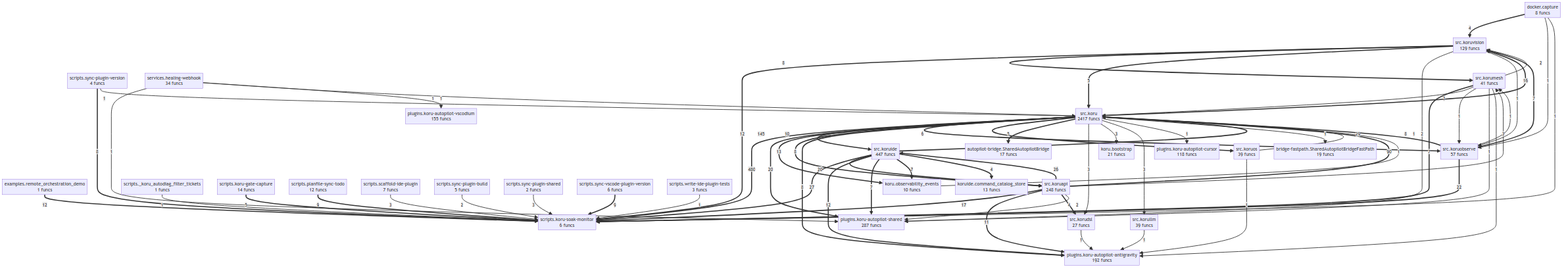
Earlier version of the Mermaid export project/compact_flow.png (semcod/koru). Its source is kept beside it as project/compact_flow.mmd.
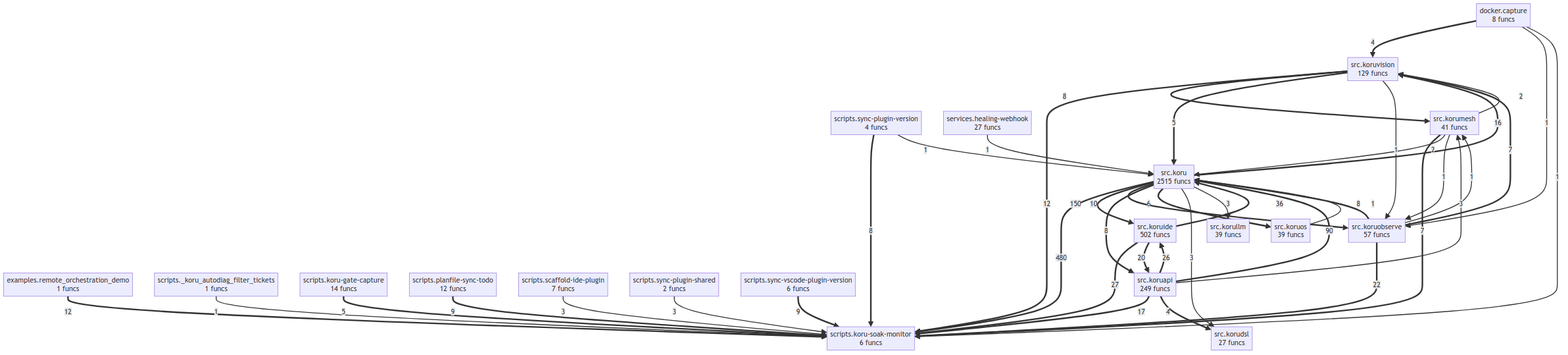
After the commit.

Change to the diagram source:
```diff
@@ -1,98 +1,63 @@
 flowchart TD
-    autopilot_bridge__SharedAutopilotBridge["autopilot-bridge.SharedAutopilotBridge<br/>17 funcs"]
-    bridge_fastpath__SharedAutopilotBridgeFastPath["bridge-fastpath.SharedAutopilotBridgeFastPath<br/>19 funcs"]
     docker__capture["docker.capture<br/>8 funcs"]
     examples__remote_orchestration_demo["examples.remote_orchestration_demo<br/>1 funcs"]
-    koru__bootstrap["koru.bootstrap<br/>21 funcs"]
-    koru__observability_events["koru.observability_events<br/>10 funcs"]
-    koruide__command_catalog_store["koruide.command_catalog_store<br/>13 funcs"]
-    plugins__koru_autopilot_antigravity["plugins.koru-autopilot-antigravity<br/>192 funcs"]
-    plugins__koru_autopilot_cursor["plugins.koru-autopilot-cursor<br/>118 funcs"]
-    plugins__koru_autopilot_shared["plugins.koru-autopilot-shared<br/>287 funcs"]
-    plugins__koru_autopilot_vscodium["plugins.koru-autopilot-vscodium<br/>155 funcs"]
     scripts___koru_autodiag_filter_tickets["scripts._koru_autodiag_filter_tickets<br/>1 funcs"]
     scripts__koru_gate_capture["scripts.koru-gate-capture<br/>14 funcs"]
     scripts__koru_soak_monitor["scripts.koru-soak-monitor<br/>6 funcs"]
     scripts__planfile_sync_todo["scripts.planfile-sync-todo<br/>12 funcs"]
     scripts__scaffold_ide_plugin["scripts.scaffold-ide-plugin<br/>7 funcs"]
-    scripts__sync_plugin_build["scripts.sync-plugin-build<br/>5 funcs"]
     scripts__sync_plugin_shared["scripts.sync-plugin-shared<br/>2 funcs"]
     scripts__sync_plugin_version["scripts.sync-plugin-version<br/>4 funcs"]
     scripts__sync_vscode_plugin_version["scripts.sync-vscode-plugin-version<br/>6 funcs"]
-    scripts__write_ide_plugin_tests["scripts.write-ide-plugin-tests<br/>3 funcs"]
-    services__healing_webhook["services.healing-webhook<br/>34 funcs"]
-    src__koru["src.koru<br/>2417 funcs"]
-    src__koruapi["src.koruapi<br/>248 funcs"]
+    services__healing_webhook["services.healing-webhook<br/>27 funcs"]
+    src__koru["src.koru<br/>2515 funcs"]
+    src__koruapi["src.koruapi<br/>249 funcs"]
     src__korudsl["src.korudsl<br/>27 funcs"]
-    src__koruide["src.koruide<br/>447 funcs"]
+    src__koruide["src.koruide<br/>502 funcs"]
     src__korullm["src.korullm<br/>39 funcs"]
     src__korumesh["src.korumesh<br/>41 funcs"]
     src__koruobserve["src.koruobserve<br/>57 funcs"]
     src__koruos["src.koruos<br/>39 funcs"]
     src__koruvision["src.koruvision<br/>129 funcs"]
     src__koru ==>|480| scripts__koru_soak_monitor
-    src__koru ==>|145| src__koruide
+    src__koru ==>|150| src__koruide
     src__koruapi ==>|90| src__koru
-    src__koruide ==>|29| src__koru
+    src__koruide ==>|36| src__koru
     src__koruide ==>|27| scripts__koru_soak_monitor
     src__koruapi ==>|26| src__koruide
     src__koruobserve ==>|22| scripts__koru_soak_monitor
     src__koruide ==>|20| src__koruapi
-    src__koru ==>|20| plugins__koru_autopilot_shared
     src__koruapi ==>|17| scripts__koru_soak_monitor
     src__koru ==>|16| src__koruvision
-    src__koru ==>|13| koru__observability_events
     examples__remote_orchestration_demo ==>|12| scripts__koru_soak_monitor
     src__koruvision ==>|12| scripts__koru_soak_monitor
-    src__koruide ==>|12| plugins__koru_autopilot_antigravity
-    src__koruapi ==>|11| plugins__koru_autopilot_antigravity
     src__koru ==>|10| src__koruobserve
+    scripts__planfile_sync_todo ==>|9| scripts__koru_soak_monitor
     scripts__sync_vscode_plugin_version ==>|9| scripts__koru_soak_monitor
-    scripts__planfile_sync_todo ==>|9| scripts__koru_soak_monitor
     src__koruobserve ==>|8| src__koru
     src__koruvision ==>|8| src__korumesh
     src__koru ==>|8| src__koruapi
-    src__koru ==>|8| plugins__koru_autopilot_antigravity
     scripts__sync_plugin_version ==>|8| scripts__koru_soak_monitor
     src__koruobserve ==>|7| src__koruvision
     src__korumesh ==>|7| scripts__koru_soak_monitor
-    src__koruide ==>|7| plugins__koru_autopilot_shared
-    src__koruide ==>|7| koru__observability_events
     src__koru ==>|6| src__koruos
     src__koruvision ==>|5| src__koru
-    src__koru ==>|5| autopilot_bridge__SharedAutopilotBridge
     scripts__koru_gate_capture ==>|5| scripts__koru_soak_monitor
     src__koruapi ==>|4| src__korudsl
-    src__koruide ==>|4| koruide__command_catalog_store
     docker__capture ==>|4| src__koruvision
     src__koruapi -->|3| src__korumesh
     src__koru -->|3| src__korudsl
-    src__koru -->|3| koru__bootstrap
     src__koru -->|3| src__korullm
     scripts__sync_plugin_shared -->|3| scripts__koru_soak_monitor
     scripts__scaffold_ide_plugin -->|3| scripts__koru_soak_monitor
-    src__koruapi -->|2| plugins__koru_autopilot_shared
-    src__koruvision -->|2| plugins__koru_autopilot_shared
     src__korumesh -->|2| src__koru
     src__korumesh -->|2| src__koruvision
-    scripts__sync_plugin_build -->|2| scripts__koru_soak_monitor
-    services__healing_webhook -->|1| plugins__koru_autopilot_shared
+    src__koruobserve -->|1| src__korumesh
     services__healing_webhook -->|1| src__koru
-    services__healing_webhook -->|1| plugins__koru_autopilot_vscodium
-    src__koruobserve -->|1| src__korumesh
-    src__koruos -->|1| plugins__koru_autopilot_antigravity
     src__koruos -->|1| src__koru
-    src__korudsl -->|1| plugins__koru_autopilot_antigravity
-    src__korullm -->|1| plugins__koru_autopilot_antigravity
+    src__korumesh -->|1| src__koruobserve
     src__koruvision -->|1| src__koruobserve
-    src__korumesh -->|1| src__koruobserve
-    src__korumesh -->|1| plugins__koru_autopilot_shared
-    src__korumesh -->|1| plugins__koru_autopilot_antigravity
-    src__koru -->|1| plugins__koru_autopilot_cursor
-    src__koru -->|1| bridge_fastpath__SharedAutopilotBridgeFastPath
-    koru__observability_events -->|1| src__koru
     docker__capture -->|1| src__koruobserve
     docker__capture -->|1| scripts__koru_soak_monitor
-    scripts__write_ide_plugin_tests -->|1| scripts__koru_soak_monitor
     scripts__sync_plugin_version -->|1| src__koru
     scripts___koru_autodiag_filter_tickets -->|1| scripts__koru_soak_monitor
```
